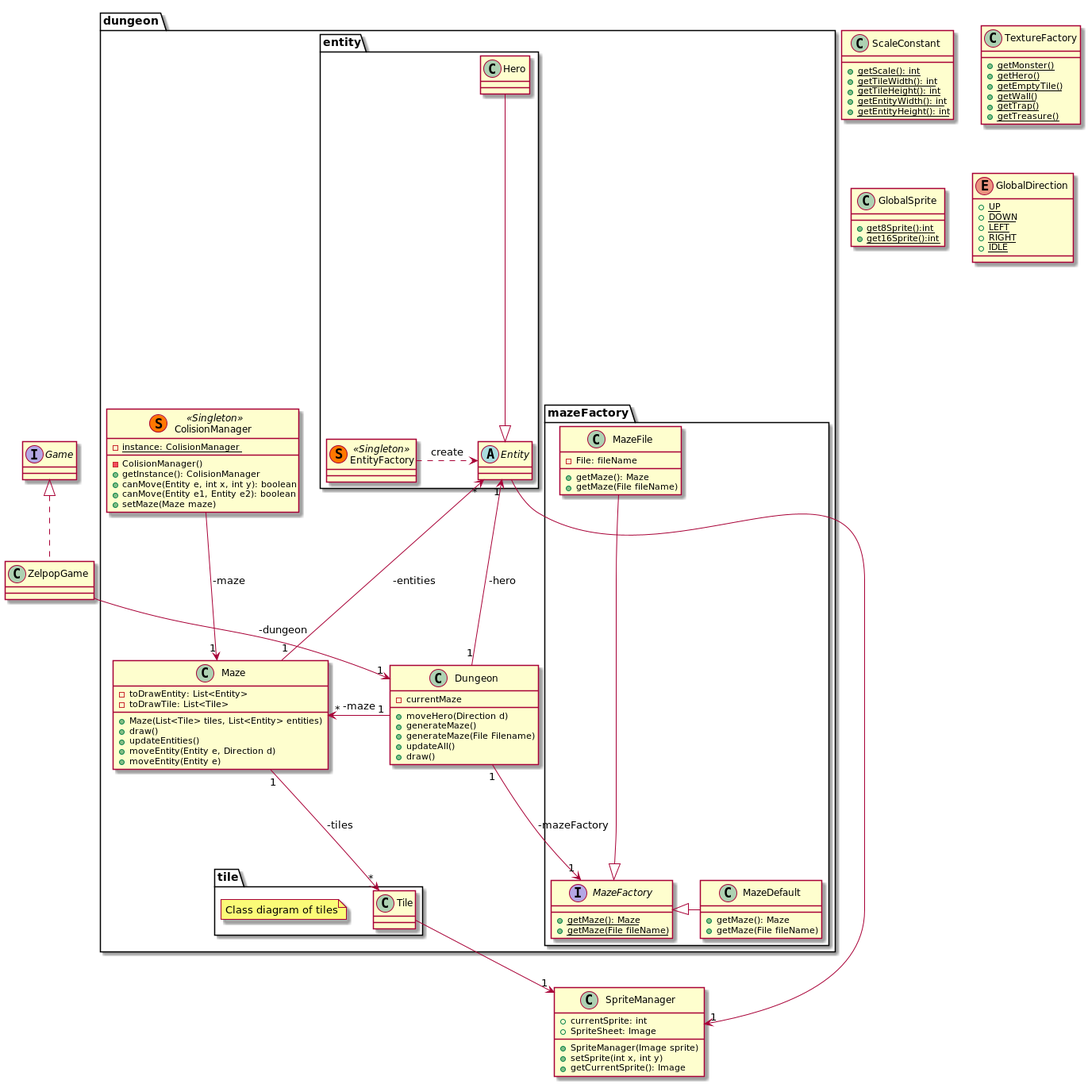
The PlantUML diagram doc/first_sprint/diagrams/class/global.png in Reynault/ACL_2019_Zelpop, before a commit.
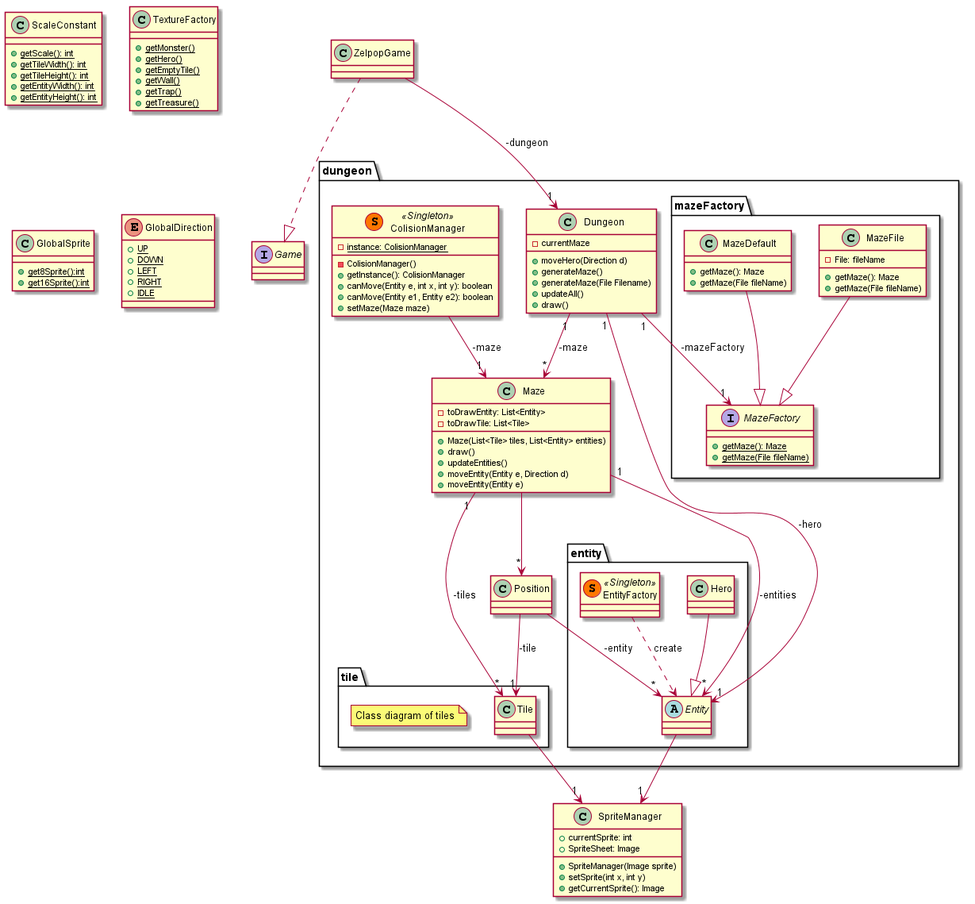
After the change.

Commit message:
First sprint : Update diagram

Diff of the diagram source:
```diff
@@ -9,6 +9,10 @@
 }
 
 package dungeon{
+
+    class Position{
+
+    }
 
     class Dungeon{
         - currentMaze
@@ -126,15 +130,16 @@
     + {static} IDLE
 }
 
-MazeDefault -left-|> MazeFactory
-Dungeon "1" -left-> "*" Maze: -maze
+MazeDefault --|> MazeFactory
+Dungeon "1" --> "*" Maze: -maze
 Dungeon "1" --> "1" MazeFactory: -mazeFactory
 Maze "1" --> "*" Tile: -tiles
-Maze "1" -up-> "*" Entity: -entities
+Maze "1" --> "*" Entity: -entities
+Maze --> "*" Position
 
-EntityFactory .right.> Entity : create
+EntityFactory ..> Entity : create
 
-ZelpopGame .up.|> Game
+ZelpopGame ..|> Game
 ZelpopGame --> "1" Dungeon: -dungeon
 
 Hero --|> Entity
@@ -143,6 +148,9 @@
 MazeFile --|> MazeFactory
 
 Tile --> "1" SpriteManager
-Entity -right-> "1" SpriteManager
+Entity --> "1" SpriteManager
+
+Position --> "1" Tile: -tile
+Position --> "*" Entity: -entity
 
 @enduml
```
